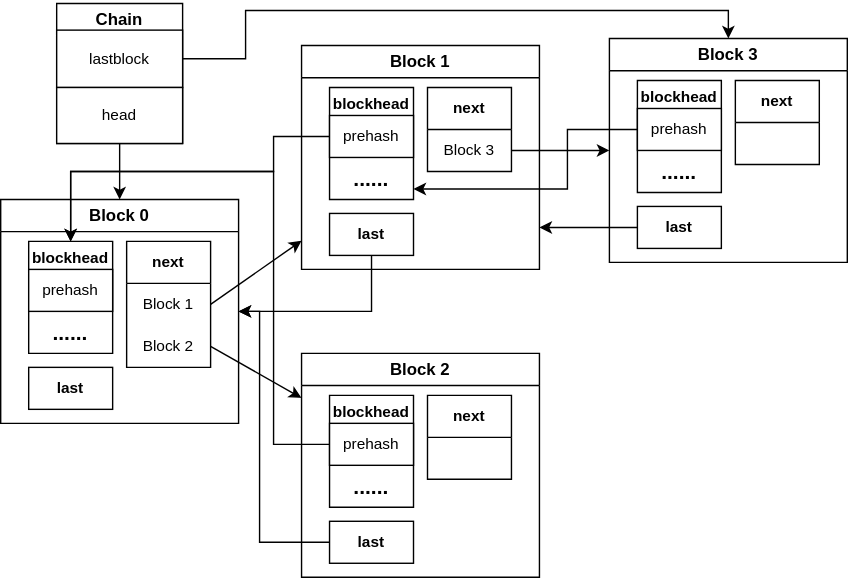
The draw.io diagram doc/blockhead-block-chain.svg in ChainXim-Team/ChainXim, before a commit. Source tidied: cells renumbered, new cells last; positions are measured from the earlier drawing's top-left corner, leaving out a move shared by most shapes.
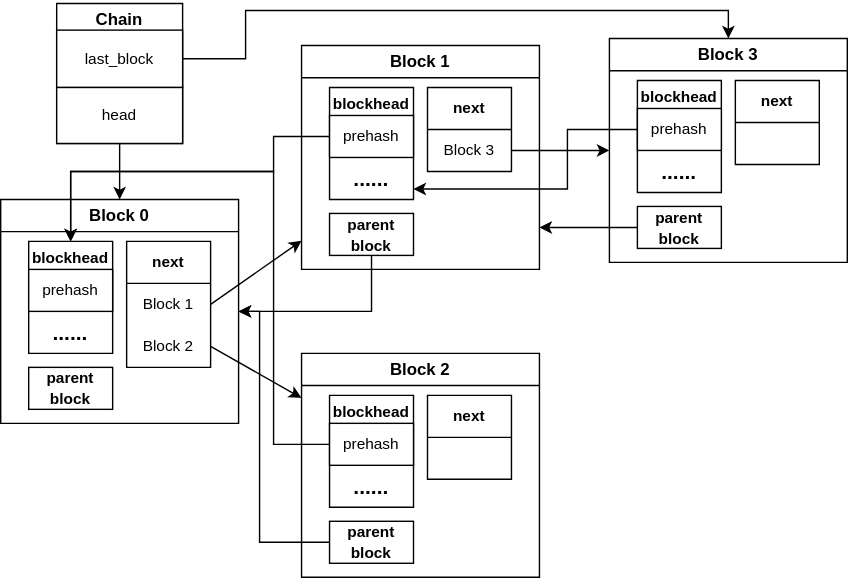
After the commit.

Diff of the diagram source:
```diff
@@ -14,7 +14,7 @@
     <mxCell id="5" value="&lt;font style=&quot;font-size: 15px;&quot;&gt;&lt;b&gt;......&lt;/b&gt;&lt;/font&gt;" style="text;html=1;strokeColor=none;fillColor=none;align=center;verticalAlign=middle;whiteSpace=wrap;rounded=0;fontFamily=Helvetica;" parent="3" vertex="1">
       <mxGeometry y="50" width="60" height="30" as="geometry" />
     </mxCell>
-    <mxCell id="6" value="&lt;b&gt;&lt;font style=&quot;font-size: 11px;&quot;&gt;last&lt;/font&gt;&lt;/b&gt;" style="whiteSpace=wrap;html=1;fontFamily=Helvetica;" parent="2" vertex="1">
+    <mxCell id="6" value="&lt;b&gt;&lt;font style=&quot;font-size: 11px;&quot;&gt;parent&lt;/font&gt;&lt;/b&gt;&lt;div&gt;&lt;b&gt;&lt;font style=&quot;font-size: 11px;&quot;&gt;block&lt;/font&gt;&lt;/b&gt;&lt;/div&gt;" style="whiteSpace=wrap;html=1;fontFamily=Helvetica;" parent="2" vertex="1">
       <mxGeometry x="20" y="120" width="60" height="30" as="geometry" />
     </mxCell>
     <mxCell id="7" value="&lt;b&gt;&lt;font style=&quot;font-size: 11px;&quot;&gt;next&lt;/font&gt;&lt;/b&gt;" style="swimlane;fontStyle=0;horizontal=1;startSize=30;whiteSpace=wrap;html=1;fontFamily=Helvetica;" parent="2" vertex="1">
@@ -29,7 +29,7 @@
     <mxCell id="10" value="Chain" style="swimlane;whiteSpace=wrap;html=1;fontFamily=Helvetica;" parent="1" vertex="1">
       <mxGeometry x="40" width="90" height="100" as="geometry" />
     </mxCell>
-    <mxCell id="11" value="lastblock" style="whiteSpace=wrap;html=1;fontSize=11;fontFamily=Helvetica;" parent="10" vertex="1">
+    <mxCell id="11" value="last_block" style="whiteSpace=wrap;html=1;fontSize=11;fontFamily=Helvetica;" parent="10" vertex="1">
       <mxGeometry y="19" width="90" height="41" as="geometry" />
     </mxCell>
     <mxCell id="12" value="head" style="whiteSpace=wrap;html=1;fontSize=11;fontFamily=Helvetica;" parent="10" vertex="1">
@@ -50,7 +50,7 @@
     <mxCell id="17" value="&lt;font style=&quot;font-size: 15px;&quot;&gt;&lt;b&gt;......&lt;/b&gt;&lt;/font&gt;" style="text;html=1;strokeColor=none;fillColor=none;align=center;verticalAlign=middle;whiteSpace=wrap;rounded=0;fontFamily=Helvetica;" parent="15" vertex="1">
       <mxGeometry y="50" width="60" height="30" as="geometry" />
     </mxCell>
-    <mxCell id="18" value="&lt;b&gt;&lt;font style=&quot;font-size: 11px;&quot;&gt;last&lt;/font&gt;&lt;/b&gt;" style="whiteSpace=wrap;html=1;fontFamily=Helvetica;" parent="14" vertex="1">
+    <mxCell id="18" value="&lt;b&gt;&lt;font style=&quot;font-size: 11px;&quot;&gt;parent&lt;/font&gt;&lt;/b&gt;&lt;div&gt;&lt;b&gt;&lt;font style=&quot;font-size: 11px;&quot;&gt;block&lt;/font&gt;&lt;/b&gt;&lt;/div&gt;" style="whiteSpace=wrap;html=1;fontFamily=Helvetica;" parent="14" vertex="1">
       <mxGeometry x="20" y="120" width="60" height="30" as="geometry" />
     </mxCell>
     <mxCell id="19" value="&lt;b&gt;&lt;font style=&quot;font-size: 11px;&quot;&gt;next&lt;/font&gt;&lt;/b&gt;" style="swimlane;fontStyle=0;horizontal=1;startSize=30;whiteSpace=wrap;html=1;fontFamily=Helvetica;" parent="14" vertex="1">
@@ -86,7 +86,7 @@
     <mxCell id="27" value="&lt;font style=&quot;font-size: 15px;&quot;&gt;&lt;b&gt;......&lt;/b&gt;&lt;/font&gt;" style="text;html=1;strokeColor=none;fillColor=none;align=center;verticalAlign=middle;whiteSpace=wrap;rounded=0;fontFamily=Helvetica;" parent="25" vertex="1">
       <mxGeometry y="50" width="60" height="30" as="geometry" />
     </mxCell>
-    <mxCell id="28" value="&lt;b&gt;&lt;font style=&quot;font-size: 11px;&quot;&gt;last&lt;/font&gt;&lt;/b&gt;" style="whiteSpace=wrap;html=1;fontFamily=Helvetica;" parent="24" vertex="1">
+    <mxCell id="28" value="&lt;b&gt;&lt;font style=&quot;font-size: 11px;&quot;&gt;parent&lt;/font&gt;&lt;/b&gt;&lt;div&gt;&lt;b&gt;&lt;font style=&quot;font-size: 11px;&quot;&gt;block&lt;/font&gt;&lt;/b&gt;&lt;/div&gt;" style="whiteSpace=wrap;html=1;fontFamily=Helvetica;" parent="24" vertex="1">
       <mxGeometry x="20" y="120" width="60" height="30" as="geometry" />
     </mxCell>
     <mxCell id="29" value="&lt;b&gt;&lt;font style=&quot;font-size: 11px;&quot;&gt;next&lt;/font&gt;&lt;/b&gt;" style="swimlane;fontStyle=0;horizontal=1;startSize=30;whiteSpace=wrap;html=1;fontFamily=Helvetica;" parent="24" vertex="1">
@@ -124,7 +124,7 @@
     <mxCell id="36" value="&lt;font style=&quot;font-size: 15px;&quot;&gt;&lt;b&gt;......&lt;/b&gt;&lt;/font&gt;" style="text;html=1;strokeColor=none;fillColor=none;align=center;verticalAlign=middle;whiteSpace=wrap;rounded=0;fontFamily=Helvetica;" parent="34" vertex="1">
       <mxGeometry y="50" width="60" height="30" as="geometry" />
     </mxCell>
-    <mxCell id="37" value="&lt;b&gt;&lt;font style=&quot;font-size: 11px;&quot;&gt;last&lt;/font&gt;&lt;/b&gt;" style="whiteSpace=wrap;html=1;fontFamily=Helvetica;" parent="33" vertex="1">
+    <mxCell id="37" value="&lt;b&gt;&lt;font style=&quot;font-size: 11px;&quot;&gt;parent&lt;/font&gt;&lt;/b&gt;&lt;div&gt;&lt;b&gt;&lt;font style=&quot;font-size: 11px;&quot;&gt;block&lt;/font&gt;&lt;/b&gt;&lt;/div&gt;" style="whiteSpace=wrap;html=1;fontFamily=Helvetica;" parent="33" vertex="1">
       <mxGeometry x="20" y="120" width="60" height="30" as="geometry" />
     </mxCell>
     <mxCell id="38" value="&lt;b&gt;&lt;font style=&quot;font-size: 11px;&quot;&gt;next&lt;/font&gt;&lt;/b&gt;" style="swimlane;fontStyle=0;horizontal=1;startSize=30;whiteSpace=wrap;html=1;fontFamily=Helvetica;" parent="33" vertex="1">
```
